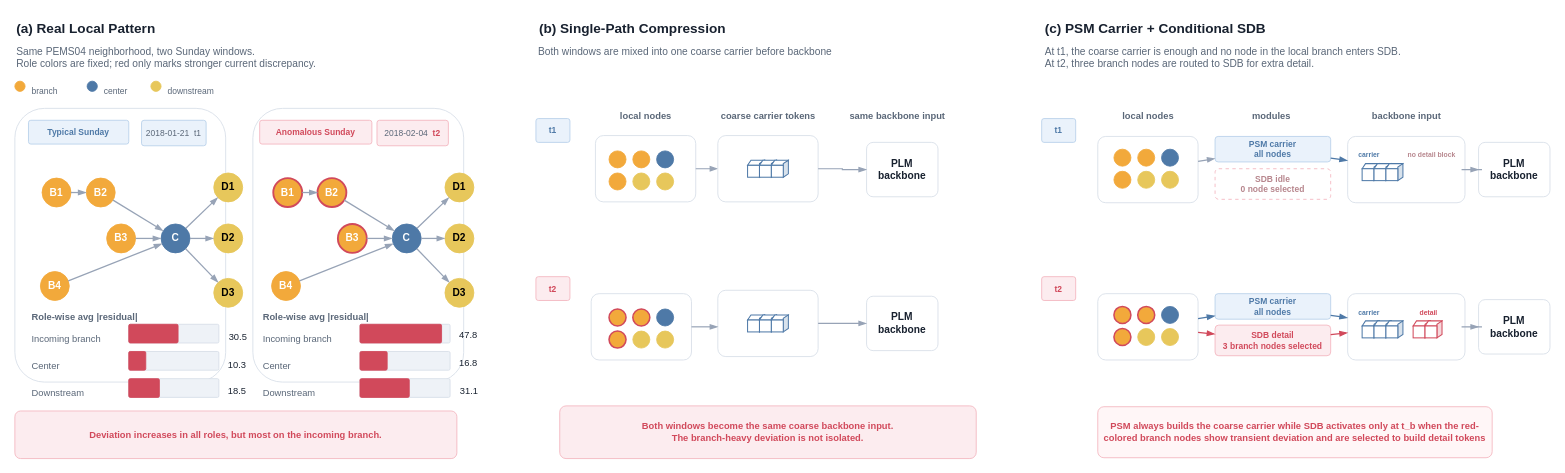
zju-edu-zj/myfind keeps this draw.io diagram as 未命名绘图.drawio. Above is the earlier version. Source tidied: cells renumbered, new cells numbered last; positions are measured from the earlier drawing's top-left corner, leaving out a move shared by most shapes. Both pictures are drawn from the tidied source at 85%, with x=0, y=0 at pixel (14, 14).
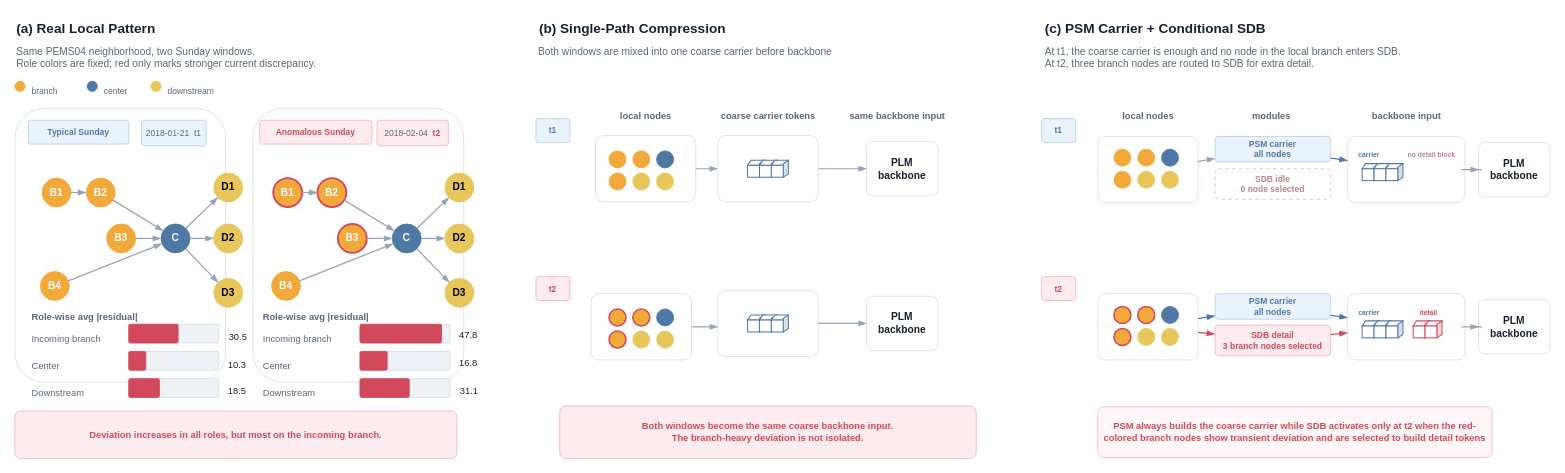
After the change.

Commit message (it also covers changes not shown here):
更新未命名绘图.drawio

The edit, as a diff of the source:
```diff
@@
     <mxCell id="105" value="PLM&#10;backbone" style="rounded=1;arcSize=12;whiteSpace=wrap;html=1;fillColor=#FFFFFF;strokeColor=#D7DEE8;fontSize=12;fontStyle=1;fontColor=#18212F;align=center;verticalAlign=middle;" parent="1" vertex="1">
-      <mxGeometry x="1002" y="150" width="84" height="64" as="geometry" />
+      <mxGeometry x="1002" y="149" width="84" height="64" as="geometry" />
     </mxCell>
@@
-    <mxCell id="181" value="PSM always builds the coarse carrier while SDB&amp;nbsp;activates only at t_b when the red-colored branch nodes show transient deviation and are selected to build detail tokens" style="rounded=1;arcSize=12;whiteSpace=wrap;html=1;fillColor=#FFF6F7;strokeColor=#F4B5BF;fontSize=11;fontColor=#D1495B;align=center;verticalAlign=middle;fontFamily=Helvetica;fontStyle=1;" parent="1" vertex="1">
+    <mxCell id="181" value="PSM always builds the coarse carrier while SDB&amp;nbsp;activates only at t2 when the red-colored branch nodes show transient deviation and are selected to build detail tokens" style="rounded=1;arcSize=12;whiteSpace=wrap;html=1;fillColor=#FFF6F7;strokeColor=#F4B5BF;fontSize=11;fontColor=#D1495B;align=center;verticalAlign=middle;fontFamily=Helvetica;fontStyle=1;" parent="1" vertex="1">
       <mxGeometry x="1274" y="461" width="464" height="60" as="geometry" />
     </mxCell>
```
